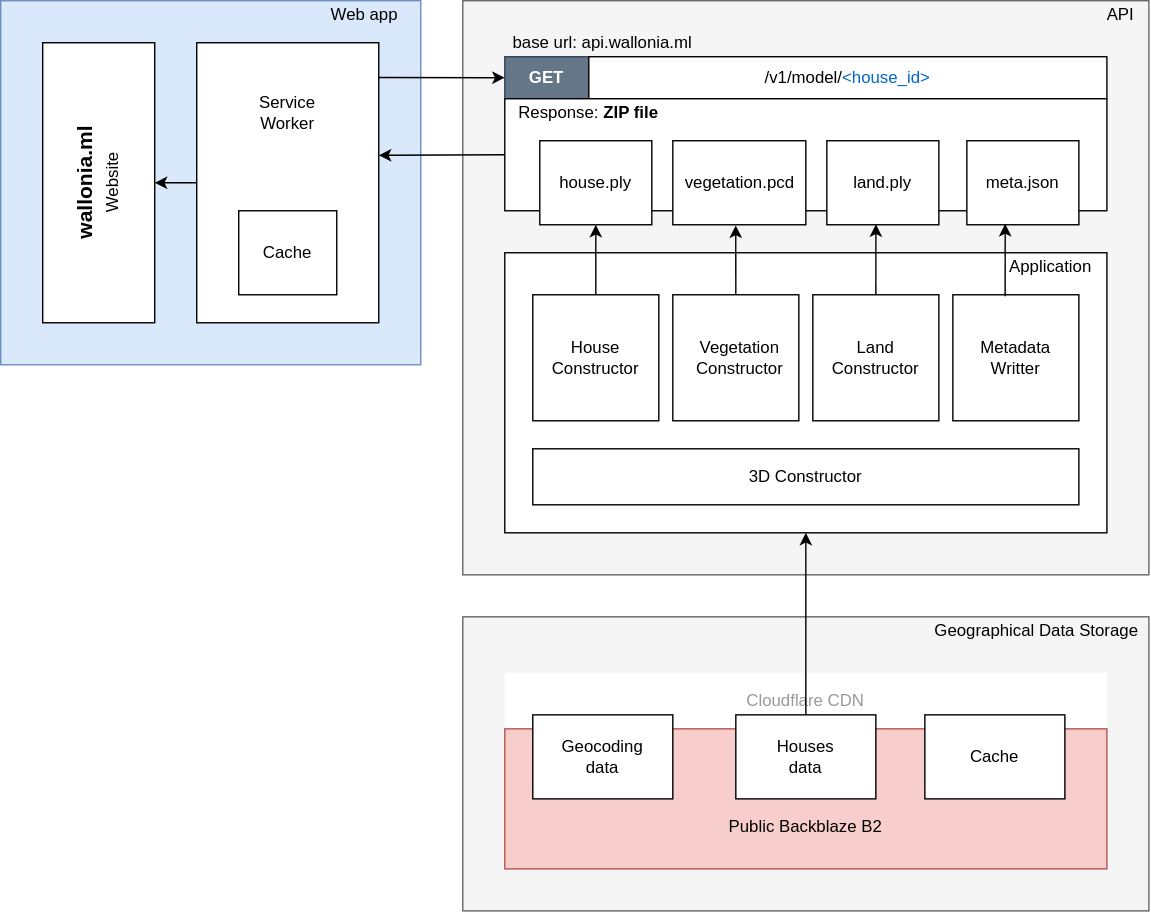
Above: doc/program_structure.svg in Joffreybvn/3D_houses (draw.io), before the change. Source tidied: cells renumbered, new cells last; positions are measured from the earlier drawing's top-left corner, leaving out a move shared by most shapes.
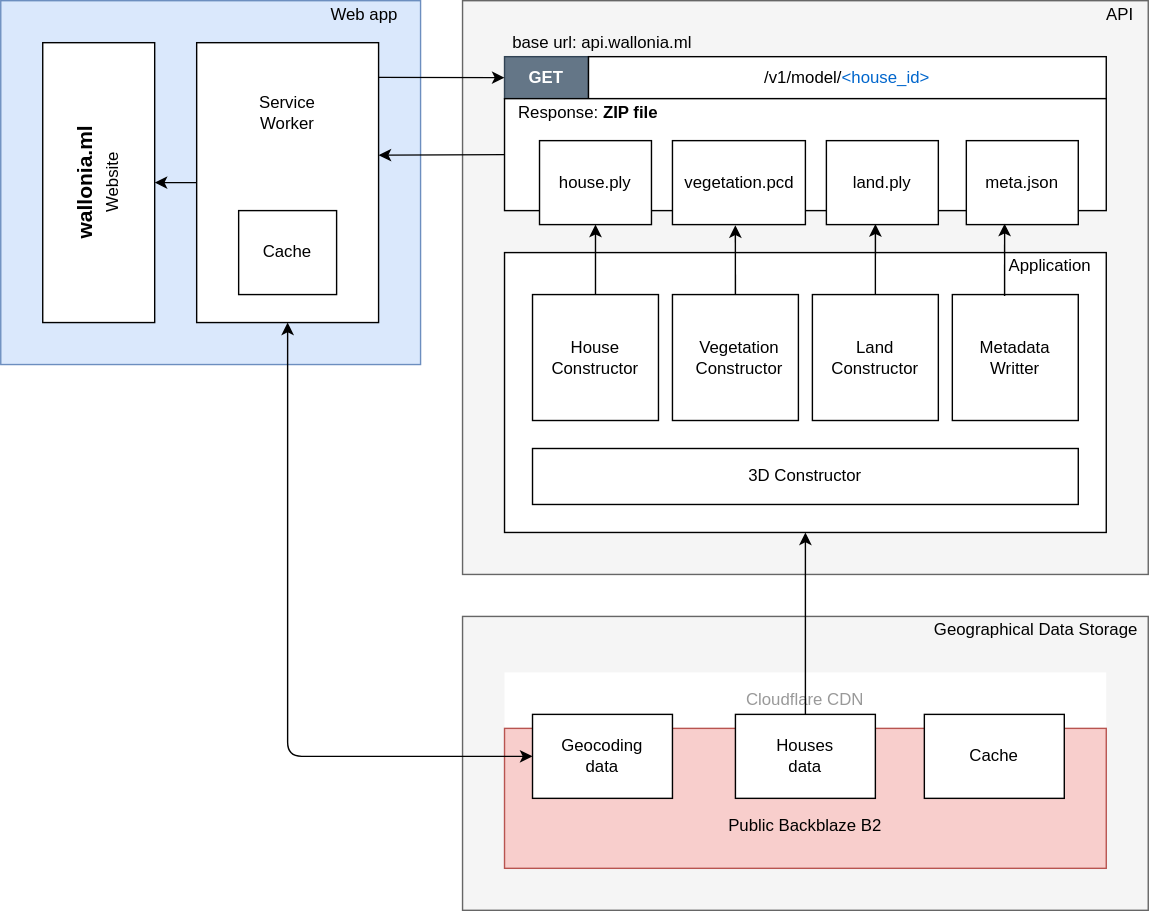
Later version of the same file.

What changed in the source:
```diff
@@ -176,5 +176,12 @@
     <mxCell id="59" style="endArrow=classic;html=1;exitX=0.415;exitY=0.011;exitDx=0;exitDy=0;exitPerimeter=0;entryX=0.342;entryY=0.989;entryDx=0;entryDy=0;entryPerimeter=0;" parent="1" edge="1" source="49" target="37">
       <mxGeometry relative="1" as="geometry" />
     </mxCell>
+    <mxCell id="60" style="endArrow=classic;startArrow=classic;html=1;entryX=0.5;entryY=1;entryDx=0;entryDy=0;exitX=0;exitY=0.5;exitDx=0;exitDy=0;" parent="1" edge="1" source="31" target="25">
+      <mxGeometry relative="1" as="geometry">
+        <Array as="points">
+          <mxPoint x="225" y="540" />
+        </Array>
+      </mxGeometry>
+    </mxCell>
   </root>
 </mxGraphModel>
```
